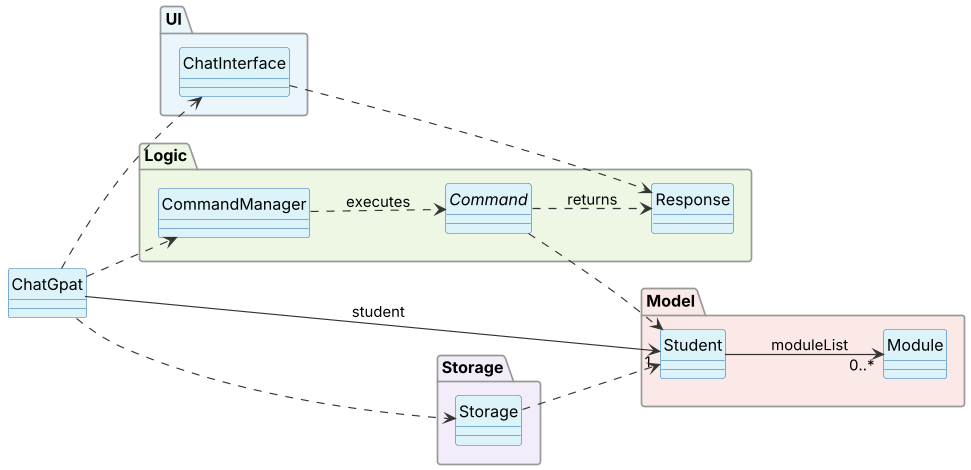
Earlier version of the PlantUML export docs/images/ArchitectureDiagram.png (AY2627S1-CS2113-T11-2/tp).
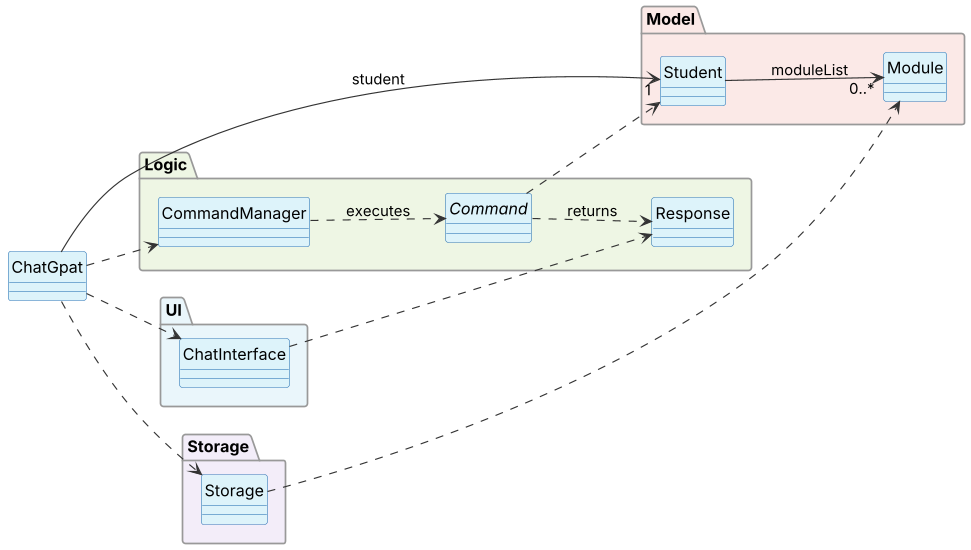
The same diagram one commit later.

Commit message:
Add Storage and update Architecture diagrams in DG

Change to the diagram source:
```diff
@@ -32,5 +32,5 @@
 Command ..> Student
 ChatInterface ..> Response
 Student --> "0..*" Module : moduleList
-Storage ..> Student
+Storage ..> Module
 @enduml
```
